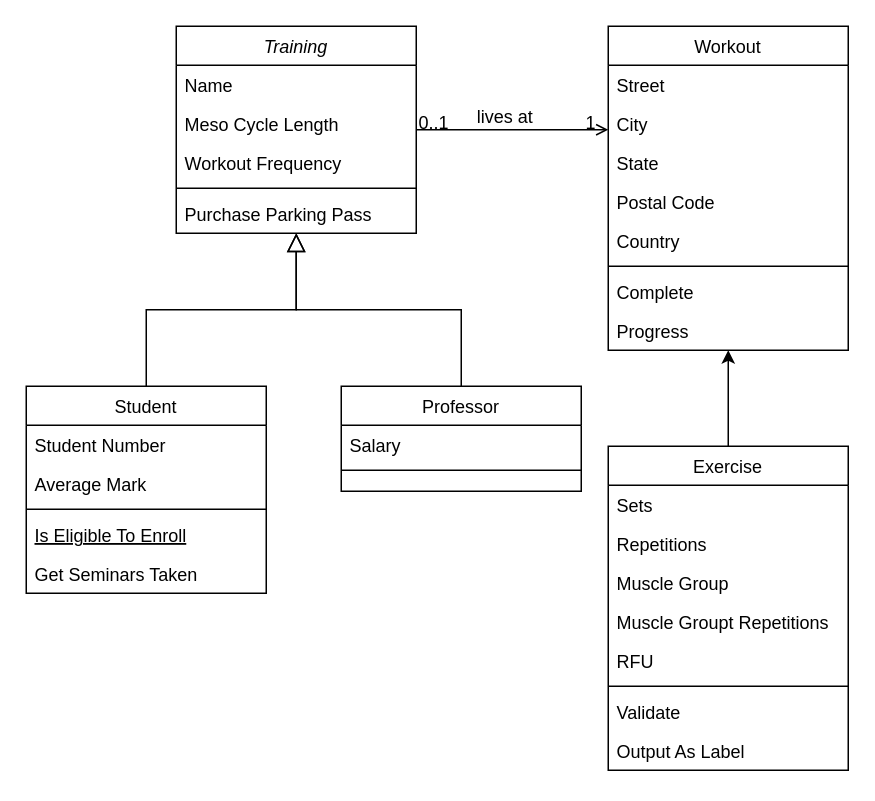
This is Unbenanntes Diagramm.drawio from asNiklas/MinApp4MaxProgression, a draw.io file, before an edit. Source tidied: cells renumbered, new cells numbered last; positions are measured from the earlier drawing's top-left corner, leaving out a move shared by most shapes. Both pictures are drawn from the tidied source at 150%, with x=0, y=0 at pixel (26, 26).
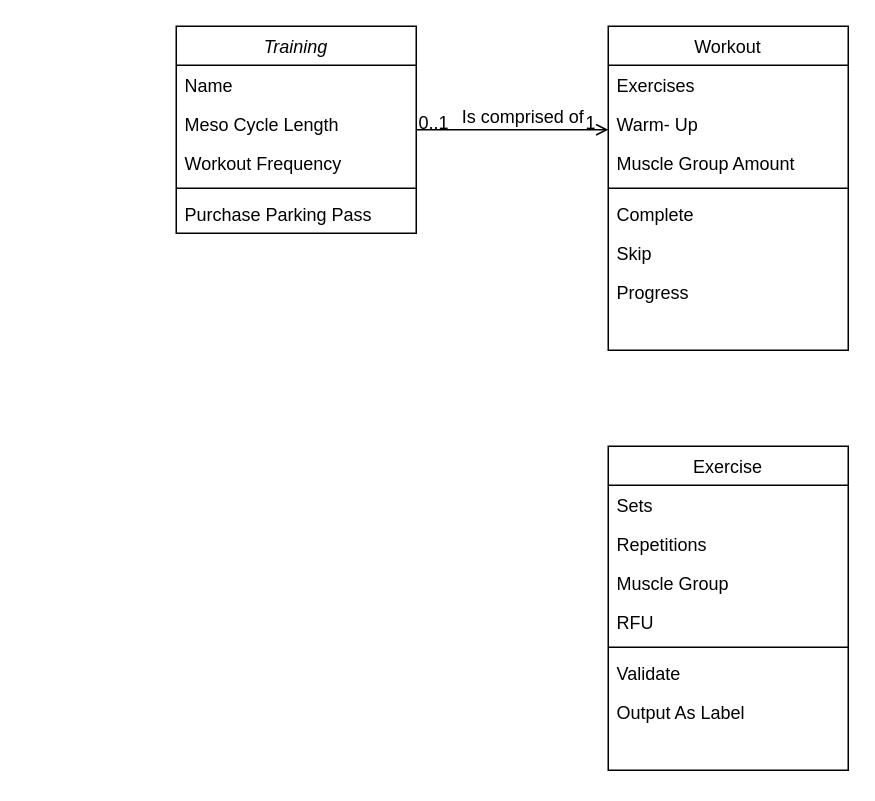
The same page after the edit.

Unchanged cells that the change refers to:
```xml
<mxCell id="2" value="Training" style="swimlane;fontStyle=2;align=center;verticalAlign=top;horizontal=1;startSize=26;rounded=0;shadow=0;strokeWidth=1;" parent="1" vertex="1">
  <mxGeometry x="100" width="160" height="138" as="geometry" />
</mxCell>
<mxCell id="19" value="Workout" style="swimlane;fontStyle=0;align=center;verticalAlign=top;horizontal=1;startSize=26;rounded=0;shadow=0;strokeWidth=1;" parent="1" vertex="1">
  <mxGeometry x="388" width="160" height="216" as="geometry" />
</mxCell>
<mxCell id="28" style="endArrow=open;shadow=0;strokeWidth=1;rounded=0;endFill=1;edgeStyle=elbowEdgeStyle;elbow=vertical;" parent="1" edge="1" source="2" target="19">
  <mxGeometry x="0.5" y="41" relative="1" as="geometry">
    <mxPoint x="-40" y="32" as="offset" />
  </mxGeometry>
</mxCell>
<mxCell id="33" value="Exercise" style="swimlane;fontStyle=0;align=center;verticalAlign=top;horizontal=1;startSize=26;rounded=0;shadow=0;strokeWidth=1;" parent="1" vertex="1">
  <mxGeometry x="388" y="280" width="160" height="216" as="geometry" />
</mxCell>
```

The edit, as a diff of the source:
```diff
@@
-    <mxCell id="8" value="Student" style="swimlane;fontStyle=0;align=center;verticalAlign=top;horizontal=1;startSize=26;rounded=0;shadow=0;strokeWidth=1;" parent="1" vertex="1">
-      <mxGeometry y="240" width="160" height="138" as="geometry" />
-    </mxCell>
-    <mxCell id="9" value="Student Number" style="text;align=left;verticalAlign=top;spacingLeft=4;spacingRight=4;overflow=hidden;" parent="8" vertex="1">
-      <mxGeometry y="26" width="160" height="26" as="geometry" />
-    </mxCell>
-    <mxCell id="10" value="Average Mark" style="text;align=left;verticalAlign=top;spacingLeft=4;spacingRight=4;overflow=hidden;rounded=0;shadow=0;html=0;" parent="8" vertex="1">
-      <mxGeometry y="52" width="160" height="26" as="geometry" />
-    </mxCell>
-    <mxCell id="11" style="line;html=1;strokeWidth=1;align=left;verticalAlign=middle;spacingTop=-1;spacingLeft=3;spacingRight=3;labelPosition=right;" parent="8" vertex="1">
-      <mxGeometry y="78" width="160" height="8" as="geometry" />
-    </mxCell>
-    <mxCell id="12" value="Is Eligible To Enroll" style="text;align=left;verticalAlign=top;spacingLeft=4;spacingRight=4;overflow=hidden;fontStyle=4;" parent="8" vertex="1">
-      <mxGeometry y="86" width="160" height="26" as="geometry" />
-    </mxCell>
-    <mxCell id="13" value="Get Seminars Taken" style="text;align=left;verticalAlign=top;spacingLeft=4;spacingRight=4;overflow=hidden;" parent="8" vertex="1">
-      <mxGeometry y="112" width="160" height="26" as="geometry" />
-    </mxCell>
-    <mxCell id="14" style="endArrow=block;endSize=10;endFill=0;shadow=0;strokeWidth=1;rounded=0;edgeStyle=elbowEdgeStyle;elbow=vertical;" parent="1" edge="1" source="8" target="2">
-      <mxGeometry relative="1" as="geometry" />
-    </mxCell>
-    <mxCell id="15" value="Professor" style="swimlane;fontStyle=0;align=center;verticalAlign=top;horizontal=1;startSize=26;rounded=0;shadow=0;strokeWidth=1;" parent="1" vertex="1">
-      <mxGeometry x="210" y="240" width="160" height="70" as="geometry" />
-    </mxCell>
-    <mxCell id="16" value="Salary" style="text;align=left;verticalAlign=top;spacingLeft=4;spacingRight=4;overflow=hidden;" parent="15" vertex="1">
-      <mxGeometry y="26" width="160" height="26" as="geometry" />
-    </mxCell>
-    <mxCell id="17" style="line;html=1;strokeWidth=1;align=left;verticalAlign=middle;spacingTop=-1;spacingLeft=3;spacingRight=3;labelPosition=right;" parent="15" vertex="1">
-      <mxGeometry y="52" width="160" height="8" as="geometry" />
-    </mxCell>
-    <mxCell id="18" style="endArrow=block;endSize=10;endFill=0;shadow=0;strokeWidth=1;rounded=0;edgeStyle=elbowEdgeStyle;elbow=vertical;" parent="1" edge="1" source="15" target="2">
-      <mxGeometry relative="1" as="geometry" />
-    </mxCell>
@@
-    <mxCell id="20" value="Street" style="text;align=left;verticalAlign=top;spacingLeft=4;spacingRight=4;overflow=hidden;" parent="19" vertex="1">
+    <mxCell id="20" value="Exercises" style="text;align=left;verticalAlign=top;spacingLeft=4;spacingRight=4;overflow=hidden;" parent="19" vertex="1">
       <mxGeometry y="26" width="160" height="26" as="geometry" />
     </mxCell>
-    <mxCell id="21" value="City" style="text;align=left;verticalAlign=top;spacingLeft=4;spacingRight=4;overflow=hidden;rounded=0;shadow=0;html=0;" parent="19" vertex="1">
+    <mxCell id="21" value="Warm- Up" style="text;align=left;verticalAlign=top;spacingLeft=4;spacingRight=4;overflow=hidden;rounded=0;shadow=0;html=0;" parent="19" vertex="1">
       <mxGeometry y="52" width="160" height="26" as="geometry" />
     </mxCell>
-    <mxCell id="22" value="State" style="text;align=left;verticalAlign=top;spacingLeft=4;spacingRight=4;overflow=hidden;rounded=0;shadow=0;html=0;" parent="19" vertex="1">
+    <mxCell id="22" value="Muscle Group Amount" style="text;align=left;verticalAlign=top;spacingLeft=4;spacingRight=4;overflow=hidden;rounded=0;shadow=0;html=0;" parent="19" vertex="1">
       <mxGeometry y="78" width="160" height="26" as="geometry" />
     </mxCell>
-    <mxCell id="23" value="Postal Code" style="text;align=left;verticalAlign=top;spacingLeft=4;spacingRight=4;overflow=hidden;rounded=0;shadow=0;html=0;" parent="19" vertex="1">
-      <mxGeometry y="104" width="160" height="26" as="geometry" />
-    </mxCell>
-    <mxCell id="24" value="Country" style="text;align=left;verticalAlign=top;spacingLeft=4;spacingRight=4;overflow=hidden;rounded=0;shadow=0;html=0;" parent="19" vertex="1">
-      <mxGeometry y="130" width="160" height="26" as="geometry" />
-    </mxCell>
     <mxCell id="25" style="line;html=1;strokeWidth=1;align=left;verticalAlign=middle;spacingTop=-1;spacingLeft=3;spacingRight=3;labelPosition=right;" parent="19" vertex="1">
-      <mxGeometry y="156" width="160" height="8" as="geometry" />
+      <mxGeometry y="104" width="160" height="8" as="geometry" />
     </mxCell>
     <mxCell id="26" value="Complete" style="text;align=left;verticalAlign=top;spacingLeft=4;spacingRight=4;overflow=hidden;" parent="19" vertex="1">
-      <mxGeometry y="164" width="160" height="26" as="geometry" />
+      <mxGeometry y="112" width="160" height="26" as="geometry" />
     </mxCell>
-    <mxCell id="27" value="Progress" style="text;align=left;verticalAlign=top;spacingLeft=4;spacingRight=4;overflow=hidden;points=[[0,0.5],[1,0.5]];portConstraint=eastwest;" parent="19" vertex="1">
-      <mxGeometry y="190" width="160" height="26" as="geometry" />
+    <mxCell id="27" value="Skip" style="text;align=left;verticalAlign=top;spacingLeft=4;spacingRight=4;overflow=hidden;points=[[0,0.5],[1,0.5]];portConstraint=eastwest;" parent="19" vertex="1">
+      <mxGeometry y="138" width="160" height="26" as="geometry" />
     </mxCell>
+    <mxCell id="42" value="Progress" style="text;align=left;verticalAlign=top;spacingLeft=4;spacingRight=4;overflow=hidden;" parent="19" vertex="1">
+      <mxGeometry y="164" width="160" height="26" as="geometry" />
+    </mxCell>
@@
-    <mxCell id="31" value="lives at" style="text;html=1;align=center;verticalAlign=middle;labelBackgroundColor=none;rounded=0;shadow=0;strokeWidth=1;fontSize=12;" parent="28" vertex="1">
+    <mxCell id="31" value="&lt;div&gt;Is comprised of&lt;/div&gt;" style="text;html=1;align=center;verticalAlign=middle;labelBackgroundColor=none;rounded=0;shadow=0;strokeWidth=1;fontSize=12;" parent="28" vertex="1">
       <mxGeometry x="0.5" y="49" relative="1" as="geometry">
-        <mxPoint x="-38" y="40" as="offset" />
+        <mxPoint x="-26" y="40" as="offset" />
       </mxGeometry>
     </mxCell>
-    <mxCell id="32" style="edgeStyle=orthogonalEdgeStyle;rounded=0;jettySize=auto;html=1;" parent="1" edge="1" source="33" target="27">
-      <mxGeometry relative="1" as="geometry">
-        <Array as="points">
-          <mxPoint x="468" y="230" />
-          <mxPoint x="468" y="230" />
-        </Array>
-      </mxGeometry>
-    </mxCell>
@@
-    <mxCell id="37" value="Muscle Groupt Repetitions" style="text;align=left;verticalAlign=top;spacingLeft=4;spacingRight=4;overflow=hidden;rounded=0;shadow=0;html=0;" parent="33" vertex="1">
-      <mxGeometry y="104" width="160" height="26" as="geometry" />
-    </mxCell>
     <mxCell id="38" value="RFU" style="text;align=left;verticalAlign=top;spacingLeft=4;spacingRight=4;overflow=hidden;rounded=0;shadow=0;html=0;" parent="33" vertex="1">
-      <mxGeometry y="130" width="160" height="26" as="geometry" />
+      <mxGeometry y="104" width="160" height="26" as="geometry" />
     </mxCell>
     <mxCell id="39" style="line;html=1;strokeWidth=1;align=left;verticalAlign=middle;spacingTop=-1;spacingLeft=3;spacingRight=3;labelPosition=right;" parent="33" vertex="1">
-      <mxGeometry y="156" width="160" height="8" as="geometry" />
+      <mxGeometry y="130" width="160" height="8" as="geometry" />
     </mxCell>
     <mxCell id="40" value="Validate" style="text;align=left;verticalAlign=top;spacingLeft=4;spacingRight=4;overflow=hidden;" parent="33" vertex="1">
-      <mxGeometry y="164" width="160" height="26" as="geometry" />
+      <mxGeometry y="138" width="160" height="26" as="geometry" />
     </mxCell>
     <mxCell id="41" value="Output As Label" style="text;align=left;verticalAlign=top;spacingLeft=4;spacingRight=4;overflow=hidden;" parent="33" vertex="1">
-      <mxGeometry y="190" width="160" height="26" as="geometry" />
+      <mxGeometry y="164" width="160" height="26" as="geometry" />
     </mxCell>
```
